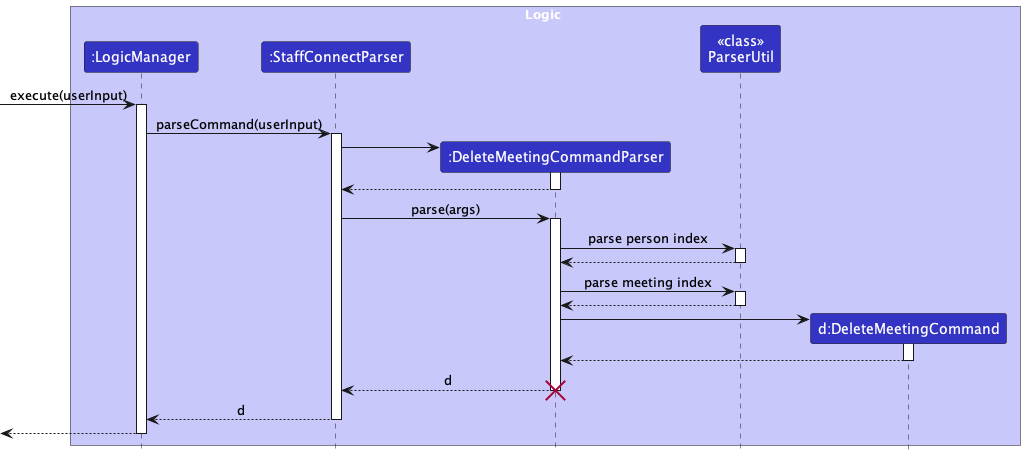
The PlantUML diagram docs/images/DeleteMeetingParserSequenceDiagram.png in whitesnowx/tp, before a commit.
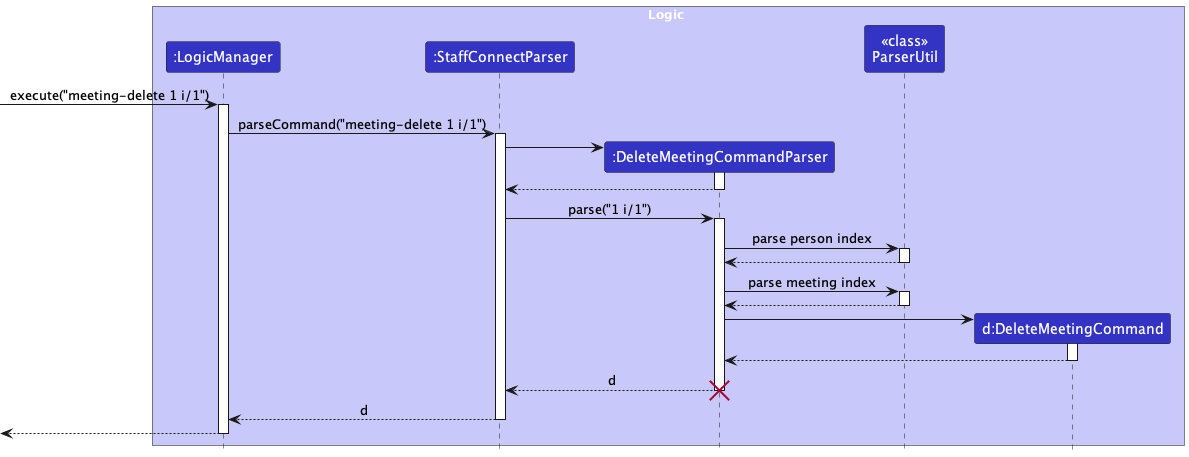
The same file after the commit.

The edit, as a diff of the source:
```diff
@@ -11,10 +11,10 @@
 end box
 
 
-[-> LogicManager : execute(userInput)
+[-> LogicManager : execute("meeting-delete 1 i/1")
 activate LogicManager
 
-LogicManager -> StaffConnectParser : parseCommand(userInput)
+LogicManager -> StaffConnectParser : parseCommand("meeting-delete 1 i/1")
 activate StaffConnectParser
 
 create deleteMeetingCommandParser
@@ -24,7 +24,7 @@
 deleteMeetingCommandParser --> StaffConnectParser
 deactivate deleteMeetingCommandParser
 
-StaffConnectParser -> deleteMeetingCommandParser : parse(args)
+StaffConnectParser -> deleteMeetingCommandParser : parse("1 i/1")
 activate deleteMeetingCommandParser
 
 
```
